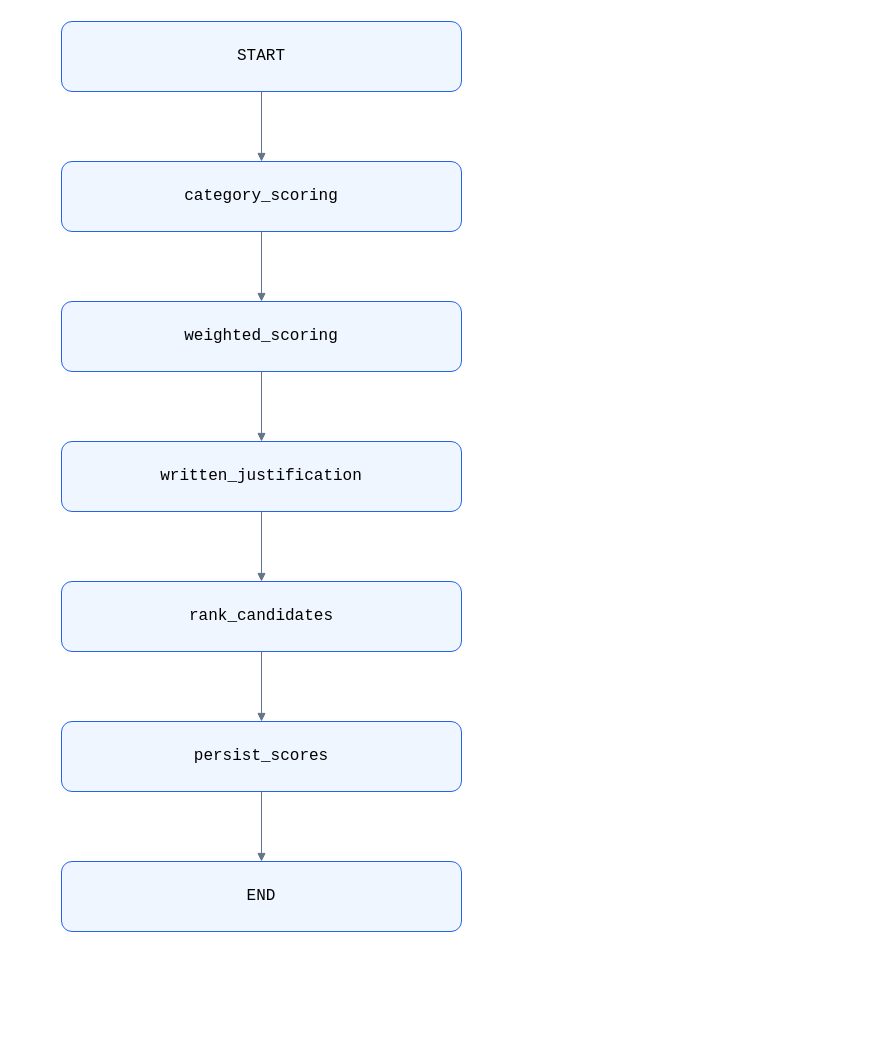
Before: page "4. CandidateScoringWorkflow" (4 of 7) of docs/langgraphs/hiresense-all-langgraphs.drawio in sohail-08/HireSense_AI, a draw.io diagram. Source tidied: cells renumbered, new cells numbered last; positions are measured from the earlier drawing's top-left corner, leaving out a move shared by most shapes. Both pictures are drawn from the tidied source at 100%, with x=0, y=0 at pixel (61, 21).
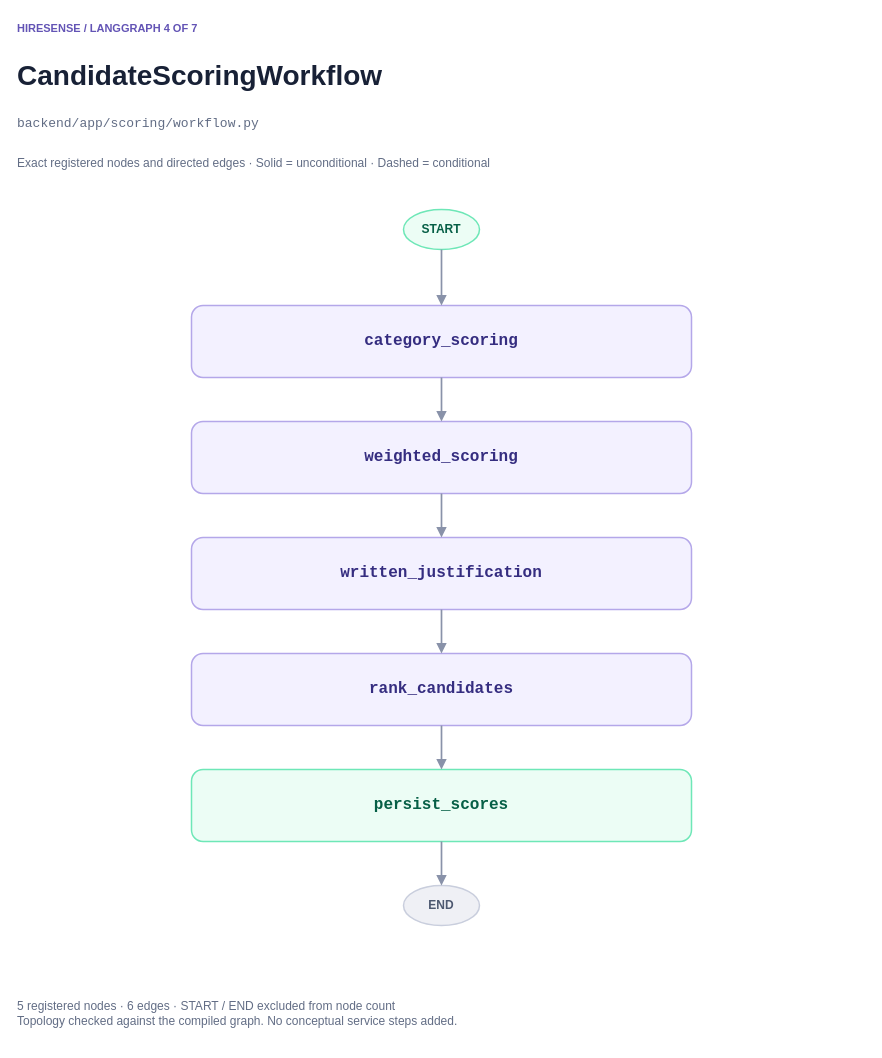
The same page after the edit.

What changed in the source:
```diff
@@
-<mxGraphModel>
+<mxGraphModel background="#ffffff">
   <root>
     <mxCell id="0" />
     <mxCell id="1" parent="0" />
+    <mxCell id="15" value="HIRESENSE / LANGGRAPH 4 OF 7" style="text;html=0;align=left;verticalAlign=middle;whiteSpace=wrap;strokeColor=none;fillColor=none;spacing=0;fontFamily=Helvetica;fontColor=#182136;fontSize=11;fontStyle=1;fontColor=#6354b5;" parent="1" vertex="1">
+      <mxGeometry x="-44" y="-4" width="848" height="22" as="geometry" />
+    </mxCell>
+    <mxCell id="16" value="CandidateScoringWorkflow" style="text;html=0;align=left;verticalAlign=middle;whiteSpace=wrap;strokeColor=none;fillColor=none;spacing=0;fontFamily=Helvetica;fontColor=#182136;fontSize=28;fontStyle=1;" parent="1" vertex="1">
+      <mxGeometry x="-44" y="32" width="848" height="44" as="geometry" />
+    </mxCell>
+    <mxCell id="17" value="backend/app/scoring/workflow.py" style="text;html=0;align=left;verticalAlign=middle;whiteSpace=wrap;strokeColor=none;fillColor=none;spacing=0;fontFamily=Helvetica;fontColor=#182136;fontSize=13;fontFamily=Consolas;fontColor=#626d85;" parent="1" vertex="1">
+      <mxGeometry x="-44" y="88" width="848" height="28" as="geometry" />
+    </mxCell>
+    <mxCell id="18" value="Exact registered nodes and directed edges · Solid = unconditional · Dashed = conditional" style="text;html=0;align=left;verticalAlign=middle;whiteSpace=wrap;strokeColor=none;fillColor=none;spacing=0;fontFamily=Helvetica;fontColor=#182136;fontSize=12;fontColor=#626d85;" parent="1" vertex="1">
+      <mxGeometry x="-44" y="128" width="848" height="28" as="geometry" />
+    </mxCell>
-    <mxCell id="2" value="START" style="rounded=1;whiteSpace=wrap;html=0;fontFamily=Courier New;fontSize=16;fillColor=#eff6ff;strokeColor=#2563eb;" parent="1" vertex="1">
-      <mxGeometry width="400" height="70" as="geometry" />
+    <mxCell id="2" value="START" style="ellipse;whiteSpace=wrap;html=0;fontFamily=Helvetica;fontSize=12;fontStyle=1;align=center;verticalAlign=middle;strokeWidth=1.5;spacing=10;fillColor=#ecfdf5;strokeColor=#6ee7b7;fontColor=#065f46;" parent="1" vertex="1">
+      <mxGeometry x="342" y="188" width="76" height="40" as="geometry" />
     </mxCell>
-    <mxCell id="3" value="category_scoring" style="rounded=1;whiteSpace=wrap;html=0;fontFamily=Courier New;fontSize=16;fillColor=#eff6ff;strokeColor=#2563eb;" parent="1" vertex="1">
-      <mxGeometry y="140" width="400" height="70" as="geometry" />
+    <mxCell id="3" value="category_scoring" style="rounded=1;arcSize=16;whiteSpace=wrap;html=0;fontFamily=Consolas;fontSize=16;fontStyle=1;align=center;verticalAlign=middle;strokeWidth=1.5;spacing=10;fillColor=#f3f1ff;strokeColor=#b4a7e9;fontColor=#352d80;" parent="1" vertex="1">
+      <mxGeometry x="130" y="284" width="500" height="72" as="geometry" />
     </mxCell>
-    <mxCell id="4" value="weighted_scoring" style="rounded=1;whiteSpace=wrap;html=0;fontFamily=Courier New;fontSize=16;fillColor=#eff6ff;strokeColor=#2563eb;" parent="1" vertex="1">
-      <mxGeometry y="280" width="400" height="70" as="geometry" />
+    <mxCell id="4" value="weighted_scoring" style="rounded=1;arcSize=16;whiteSpace=wrap;html=0;fontFamily=Consolas;fontSize=16;fontStyle=1;align=center;verticalAlign=middle;strokeWidth=1.5;spacing=10;fillColor=#f3f1ff;strokeColor=#b4a7e9;fontColor=#352d80;" parent="1" vertex="1">
+      <mxGeometry x="130" y="400" width="500" height="72" as="geometry" />
     </mxCell>
-    <mxCell id="5" value="written_justification" style="rounded=1;whiteSpace=wrap;html=0;fontFamily=Courier New;fontSize=16;fillColor=#eff6ff;strokeColor=#2563eb;" parent="1" vertex="1">
-      <mxGeometry y="420" width="400" height="70" as="geometry" />
+    <mxCell id="5" value="written_justification" style="rounded=1;arcSize=16;whiteSpace=wrap;html=0;fontFamily=Consolas;fontSize=16;fontStyle=1;align=center;verticalAlign=middle;strokeWidth=1.5;spacing=10;fillColor=#f3f1ff;strokeColor=#b4a7e9;fontColor=#352d80;" parent="1" vertex="1">
+      <mxGeometry x="130" y="516" width="500" height="72" as="geometry" />
     </mxCell>
-    <mxCell id="6" value="rank_candidates" style="rounded=1;whiteSpace=wrap;html=0;fontFamily=Courier New;fontSize=16;fillColor=#eff6ff;strokeColor=#2563eb;" parent="1" vertex="1">
-      <mxGeometry y="560" width="400" height="70" as="geometry" />
+    <mxCell id="6" value="rank_candidates" style="rounded=1;arcSize=16;whiteSpace=wrap;html=0;fontFamily=Consolas;fontSize=16;fontStyle=1;align=center;verticalAlign=middle;strokeWidth=1.5;spacing=10;fillColor=#f3f1ff;strokeColor=#b4a7e9;fontColor=#352d80;" parent="1" vertex="1">
+      <mxGeometry x="130" y="632" width="500" height="72" as="geometry" />
     </mxCell>
-    <mxCell id="7" value="persist_scores" style="rounded=1;whiteSpace=wrap;html=0;fontFamily=Courier New;fontSize=16;fillColor=#eff6ff;strokeColor=#2563eb;" parent="1" vertex="1">
-      <mxGeometry y="700" width="400" height="70" as="geometry" />
+    <mxCell id="7" value="persist_scores" style="rounded=1;arcSize=16;whiteSpace=wrap;html=0;fontFamily=Consolas;fontSize=16;fontStyle=1;align=center;verticalAlign=middle;strokeWidth=1.5;spacing=10;fillColor=#ecfdf5;strokeColor=#6ee7b7;fontColor=#065f46;" parent="1" vertex="1">
+      <mxGeometry x="130" y="748" width="500" height="72" as="geometry" />
     </mxCell>
-    <mxCell id="8" value="END" style="rounded=1;whiteSpace=wrap;html=0;fontFamily=Courier New;fontSize=16;fillColor=#eff6ff;strokeColor=#2563eb;" parent="1" vertex="1">
-      <mxGeometry y="840" width="400" height="70" as="geometry" />
+    <mxCell id="8" value="END" style="ellipse;whiteSpace=wrap;html=0;fontFamily=Helvetica;fontSize=12;fontStyle=1;align=center;verticalAlign=middle;strokeWidth=1.5;spacing=10;fillColor=#eff0f5;strokeColor=#c9cedd;fontColor=#4d5870;" parent="1" vertex="1">
+      <mxGeometry x="342" y="864" width="76" height="40" as="geometry" />
     </mxCell>
+    <mxCell id="19" value="5 registered nodes · 6 edges · START / END excluded from node count&#10;Topology checked against the compiled graph. No conceptual service steps added." style="text;html=0;align=left;verticalAlign=middle;whiteSpace=wrap;strokeColor=none;fillColor=none;spacing=0;fontFamily=Helvetica;fontColor=#182136;fontSize=12;fontColor=#626d85;" parent="1" vertex="1">
+      <mxGeometry x="-44" y="964" width="848" height="56" as="geometry" />
+    </mxCell>
-    <mxCell id="9" style="edgeStyle=orthogonalEdgeStyle;endArrow=block;html=0;strokeColor=#64748b;" parent="1" edge="1" source="2" target="3">
+    <mxCell id="9" style="edgeStyle=orthogonalEdgeStyle;rounded=1;jettySize=auto;html=0;endArrow=block;endFill=1;strokeWidth=1.7;fontFamily=Consolas;fontSize=12;labelBackgroundColor=#ffffff;strokeColor=#8992a9;fontColor=#4d5870;exitX=0.5;exitY=1;entryX=0.5;entryY=0;" parent="1" edge="1" source="2" target="3">
       <mxGeometry relative="1" as="geometry" />
     </mxCell>
-    <mxCell id="10" style="edgeStyle=orthogonalEdgeStyle;endArrow=block;html=0;strokeColor=#64748b;" parent="1" edge="1" source="3" target="4">
+    <mxCell id="10" style="edgeStyle=orthogonalEdgeStyle;rounded=1;jettySize=auto;html=0;endArrow=block;endFill=1;strokeWidth=1.7;fontFamily=Consolas;fontSize=12;labelBackgroundColor=#ffffff;strokeColor=#8992a9;fontColor=#4d5870;exitX=0.5;exitY=1;entryX=0.5;entryY=0;" parent="1" edge="1" source="3" target="4">
       <mxGeometry relative="1" as="geometry" />
     </mxCell>
-    <mxCell id="11" style="edgeStyle=orthogonalEdgeStyle;endArrow=block;html=0;strokeColor=#64748b;" parent="1" edge="1" source="4" target="5">
+    <mxCell id="11" style="edgeStyle=orthogonalEdgeStyle;rounded=1;jettySize=auto;html=0;endArrow=block;endFill=1;strokeWidth=1.7;fontFamily=Consolas;fontSize=12;labelBackgroundColor=#ffffff;strokeColor=#8992a9;fontColor=#4d5870;exitX=0.5;exitY=1;entryX=0.5;entryY=0;" parent="1" edge="1" source="6" target="7">
       <mxGeometry relative="1" as="geometry" />
     </mxCell>
-    <mxCell id="12" style="edgeStyle=orthogonalEdgeStyle;endArrow=block;html=0;strokeColor=#64748b;" parent="1" edge="1" source="5" target="6">
+    <mxCell id="12" style="edgeStyle=orthogonalEdgeStyle;rounded=1;jettySize=auto;html=0;endArrow=block;endFill=1;strokeWidth=1.7;fontFamily=Consolas;fontSize=12;labelBackgroundColor=#ffffff;strokeColor=#8992a9;fontColor=#4d5870;exitX=0.5;exitY=1;entryX=0.5;entryY=0;" parent="1" edge="1" source="4" target="5">
       <mxGeometry relative="1" as="geometry" />
     </mxCell>
-    <mxCell id="13" style="edgeStyle=orthogonalEdgeStyle;endArrow=block;html=0;strokeColor=#64748b;" parent="1" edge="1" source="6" target="7">
+    <mxCell id="13" style="edgeStyle=orthogonalEdgeStyle;rounded=1;jettySize=auto;html=0;endArrow=block;endFill=1;strokeWidth=1.7;fontFamily=Consolas;fontSize=12;labelBackgroundColor=#ffffff;strokeColor=#8992a9;fontColor=#4d5870;exitX=0.5;exitY=1;entryX=0.5;entryY=0;" parent="1" edge="1" source="5" target="6">
       <mxGeometry relative="1" as="geometry" />
     </mxCell>
-    <mxCell id="14" style="edgeStyle=orthogonalEdgeStyle;endArrow=block;html=0;strokeColor=#64748b;" parent="1" edge="1" source="7" target="8">
+    <mxCell id="14" style="edgeStyle=orthogonalEdgeStyle;rounded=1;jettySize=auto;html=0;endArrow=block;endFill=1;strokeWidth=1.7;fontFamily=Consolas;fontSize=12;labelBackgroundColor=#ffffff;strokeColor=#8992a9;fontColor=#4d5870;exitX=0.5;exitY=1;entryX=0.5;entryY=0;" parent="1" edge="1" source="7" target="8">
       <mxGeometry relative="1" as="geometry" />
     </mxCell>
   </root>
 </mxGraphModel>
```
